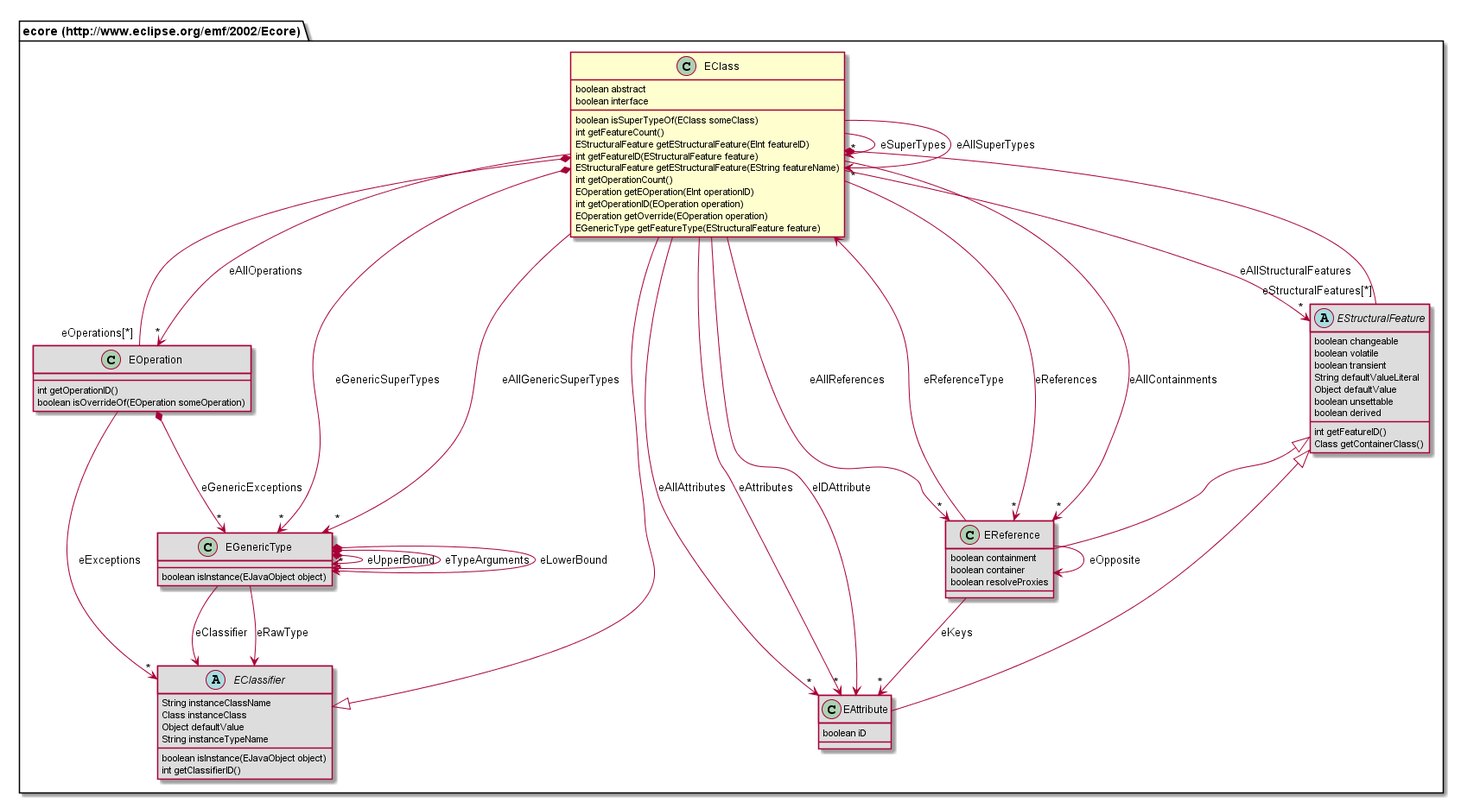
Above: org.nasdanika.html.repository/src/site/resources/app-model-doc/687474703a2f2f7777772e65636c697073652e6f72672f656d662f323030322f45636f7265/EClass.png in Nasdanika/html (PlantUML), before the change.
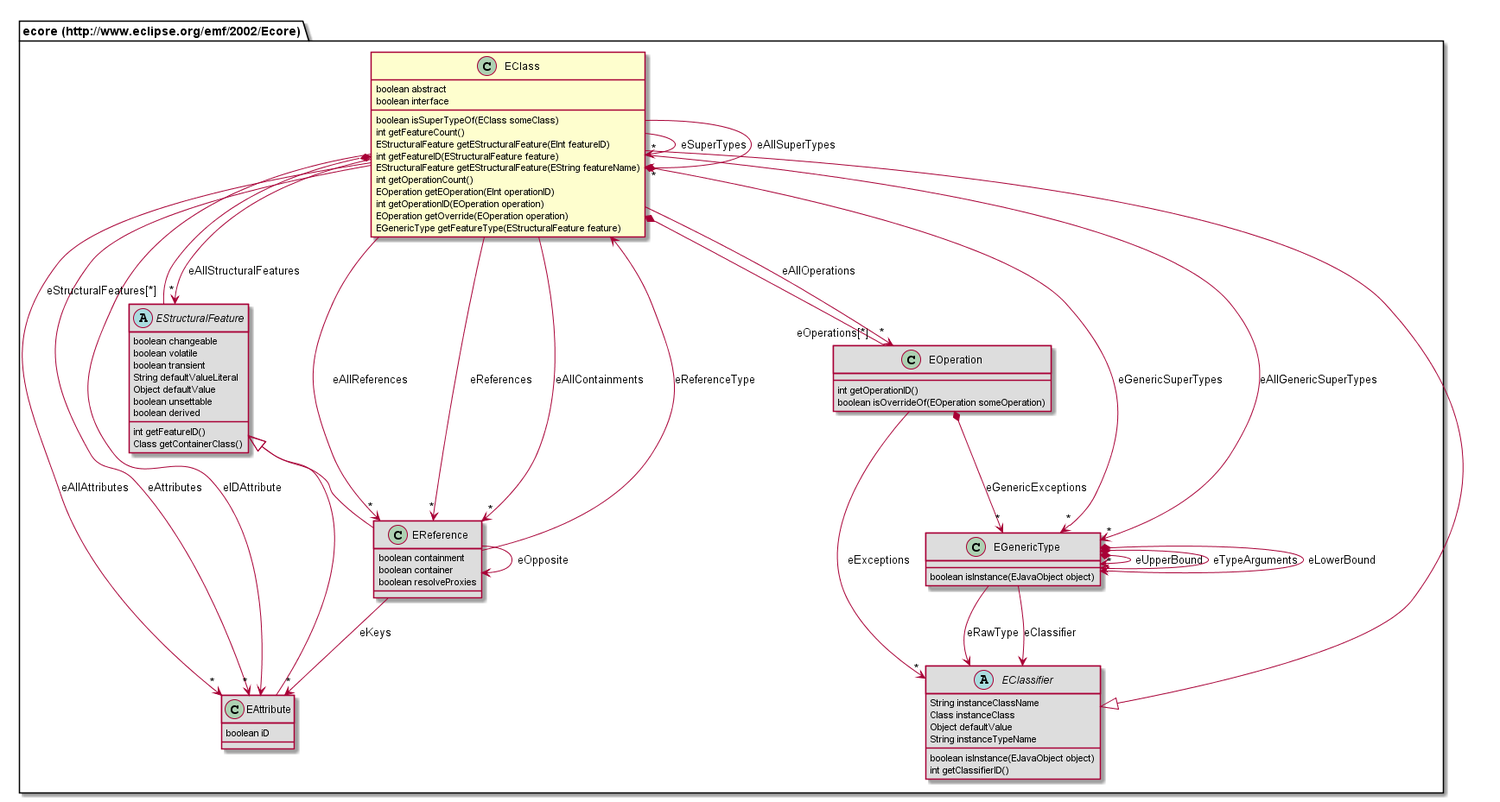
Above is the later version.

What changed in the source:
```diff
@@ -13,9 +13,13 @@
 	EOperation getOverride(EOperation operation)
 	EGenericType getFeatureType(EStructuralFeature feature)
 }
-class "ecore (http://www.eclipse.org/emf/2002/Ecore).EOperation" [[#router/doc-content/687474703a2f2f7777772e65636c697073652e6f72672f656d662f323030322f45636f7265/EOperation.html]] #DDDDDD {
-	int getOperationID()
-	boolean isOverrideOf(EOperation someOperation)
+class "ecore (http://www.eclipse.org/emf/2002/Ecore).EAttribute" [[#router/doc-content/687474703a2f2f7777772e65636c697073652e6f72672f656d662f323030322f45636f7265/EAttribute.html]] #DDDDDD {
+	boolean iD
+}
+class "ecore (http://www.eclipse.org/emf/2002/Ecore).EReference" [[#router/doc-content/687474703a2f2f7777772e65636c697073652e6f72672f656d662f323030322f45636f7265/EReference.html]] #DDDDDD {
+	boolean containment
+	boolean container
+	boolean resolveProxies
 }
 abstract class "ecore (http://www.eclipse.org/emf/2002/Ecore).EClassifier" [[#router/doc-content/687474703a2f2f7777772e65636c697073652e6f72672f656d662f323030322f45636f7265/EClassifier.html]] #DDDDDD {
 	String instanceClassName
@@ -24,14 +28,6 @@
 	String instanceTypeName
 	boolean isInstance(EJavaObject object)
 	int getClassifierID()
-}
-class "ecore (http://www.eclipse.org/emf/2002/Ecore).EGenericType" [[#router/doc-content/687474703a2f2f7777772e65636c697073652e6f72672f656d662f323030322f45636f7265/EGenericType.html]] #DDDDDD {
-	boolean isInstance(EJavaObject object)
-}
-class "ecore (http://www.eclipse.org/emf/2002/Ecore).EReference" [[#router/doc-content/687474703a2f2f7777772e65636c697073652e6f72672f656d662f323030322f45636f7265/EReference.html]] #DDDDDD {
-	boolean containment
-	boolean container
-	boolean resolveProxies
 }
 abstract class "ecore (http://www.eclipse.org/emf/2002/Ecore).EStructuralFeature" [[#router/doc-content/687474703a2f2f7777772e65636c697073652e6f72672f656d662f323030322f45636f7265/EStructuralFeature.html]] #DDDDDD {
 	boolean changeable
@@ -44,12 +40,16 @@
 	int getFeatureID()
 	Class getContainerClass()
 }
-class "ecore (http://www.eclipse.org/emf/2002/Ecore).EAttribute" [[#router/doc-content/687474703a2f2f7777772e65636c697073652e6f72672f656d662f323030322f45636f7265/EAttribute.html]] #DDDDDD {
-	boolean iD
+class "ecore (http://www.eclipse.org/emf/2002/Ecore).EGenericType" [[#router/doc-content/687474703a2f2f7777772e65636c697073652e6f72672f656d662f323030322f45636f7265/EGenericType.html]] #DDDDDD {
+	boolean isInstance(EJavaObject object)
+}
+class "ecore (http://www.eclipse.org/emf/2002/Ecore).EOperation" [[#router/doc-content/687474703a2f2f7777772e65636c697073652e6f72672f656d662f323030322f45636f7265/EOperation.html]] #DDDDDD {
+	int getOperationID()
+	boolean isOverrideOf(EOperation someOperation)
 }
 "ecore (http://www.eclipse.org/emf/2002/Ecore).EClassifier" <|-- "ecore (http://www.eclipse.org/emf/2002/Ecore).EClass"
+"ecore (http://www.eclipse.org/emf/2002/Ecore).EStructuralFeature" <|-- "ecore (http://www.eclipse.org/emf/2002/Ecore).EAttribute"
 "ecore (http://www.eclipse.org/emf/2002/Ecore).EStructuralFeature" <|-- "ecore (http://www.eclipse.org/emf/2002/Ecore).EReference"
-"ecore (http://www.eclipse.org/emf/2002/Ecore).EStructuralFeature" <|-- "ecore (http://www.eclipse.org/emf/2002/Ecore).EAttribute"
 "ecore (http://www.eclipse.org/emf/2002/Ecore).EClass" --> "*" "ecore (http://www.eclipse.org/emf/2002/Ecore).EClass" : eSuperTypes
 "ecore (http://www.eclipse.org/emf/2002/Ecore).EClass" *-- "eOperations[*]" "ecore (http://www.eclipse.org/emf/2002/Ecore).EOperation"
 "ecore (http://www.eclipse.org/emf/2002/Ecore).EClass" --> "*" "ecore (http://www.eclipse.org/emf/2002/Ecore).EAttribute" : eAllAttributes
@@ -64,14 +64,14 @@
 "ecore (http://www.eclipse.org/emf/2002/Ecore).EClass" *-- "eStructuralFeatures[*]" "ecore (http://www.eclipse.org/emf/2002/Ecore).EStructuralFeature"
 "ecore (http://www.eclipse.org/emf/2002/Ecore).EClass" *--> "*" "ecore (http://www.eclipse.org/emf/2002/Ecore).EGenericType" : eGenericSuperTypes
 "ecore (http://www.eclipse.org/emf/2002/Ecore).EClass" --> "*" "ecore (http://www.eclipse.org/emf/2002/Ecore).EGenericType" : eAllGenericSuperTypes
-"ecore (http://www.eclipse.org/emf/2002/Ecore).EOperation" --> "*" "ecore (http://www.eclipse.org/emf/2002/Ecore).EClassifier" : eExceptions
-"ecore (http://www.eclipse.org/emf/2002/Ecore).EOperation" *--> "*" "ecore (http://www.eclipse.org/emf/2002/Ecore).EGenericType" : eGenericExceptions
+"ecore (http://www.eclipse.org/emf/2002/Ecore).EReference" --> "ecore (http://www.eclipse.org/emf/2002/Ecore).EReference" : eOpposite
+"ecore (http://www.eclipse.org/emf/2002/Ecore).EReference" --> "ecore (http://www.eclipse.org/emf/2002/Ecore).EClass" : eReferenceType
+"ecore (http://www.eclipse.org/emf/2002/Ecore).EReference" --> "*" "ecore (http://www.eclipse.org/emf/2002/Ecore).EAttribute" : eKeys
 "ecore (http://www.eclipse.org/emf/2002/Ecore).EGenericType" *--> "ecore (http://www.eclipse.org/emf/2002/Ecore).EGenericType" : eUpperBound
 "ecore (http://www.eclipse.org/emf/2002/Ecore).EGenericType" *--> "*" "ecore (http://www.eclipse.org/emf/2002/Ecore).EGenericType" : eTypeArguments
 "ecore (http://www.eclipse.org/emf/2002/Ecore).EGenericType" --> "ecore (http://www.eclipse.org/emf/2002/Ecore).EClassifier" : eRawType
 "ecore (http://www.eclipse.org/emf/2002/Ecore).EGenericType" *--> "ecore (http://www.eclipse.org/emf/2002/Ecore).EGenericType" : eLowerBound
 "ecore (http://www.eclipse.org/emf/2002/Ecore).EGenericType" --> "ecore (http://www.eclipse.org/emf/2002/Ecore).EClassifier" : eClassifier
-"ecore (http://www.eclipse.org/emf/2002/Ecore).EReference" --> "ecore (http://www.eclipse.org/emf/2002/Ecore).EReference" : eOpposite
-"ecore (http://www.eclipse.org/emf/2002/Ecore).EReference" --> "ecore (http://www.eclipse.org/emf/2002/Ecore).EClass" : eReferenceType
-"ecore (http://www.eclipse.org/emf/2002/Ecore).EReference" --> "*" "ecore (http://www.eclipse.org/emf/2002/Ecore).EAttribute" : eKeys
+"ecore (http://www.eclipse.org/emf/2002/Ecore).EOperation" --> "*" "ecore (http://www.eclipse.org/emf/2002/Ecore).EClassifier" : eExceptions
+"ecore (http://www.eclipse.org/emf/2002/Ecore).EOperation" *--> "*" "ecore (http://www.eclipse.org/emf/2002/Ecore).EGenericType" : eGenericExceptions
 @enduml
```
